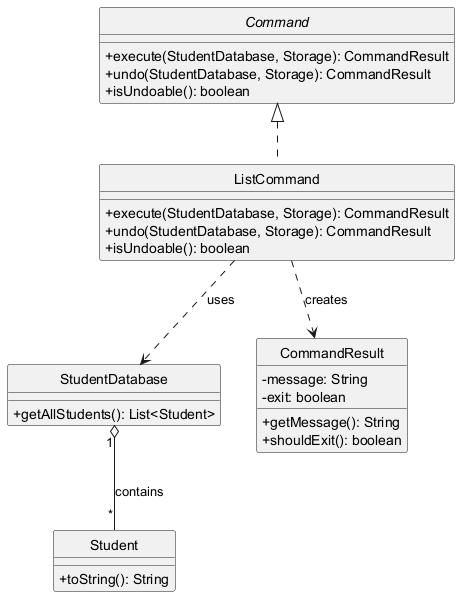
This is docs/images/ListCommandClassDiagram.png from denyh6/tp, a PlantUML export, as it was before one commit.
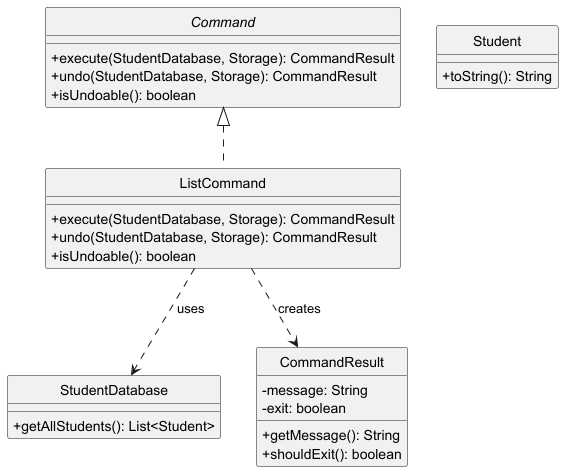
After the change.

The edit, as a diff of the source:
```diff
@@ -32,5 +32,4 @@
 Command <|.. ListCommand
 ListCommand ..> StudentDatabase : uses
 ListCommand ..> CommandResult : creates
-StudentDatabase "1" o-- "*" Student : contains
 @enduml
```
